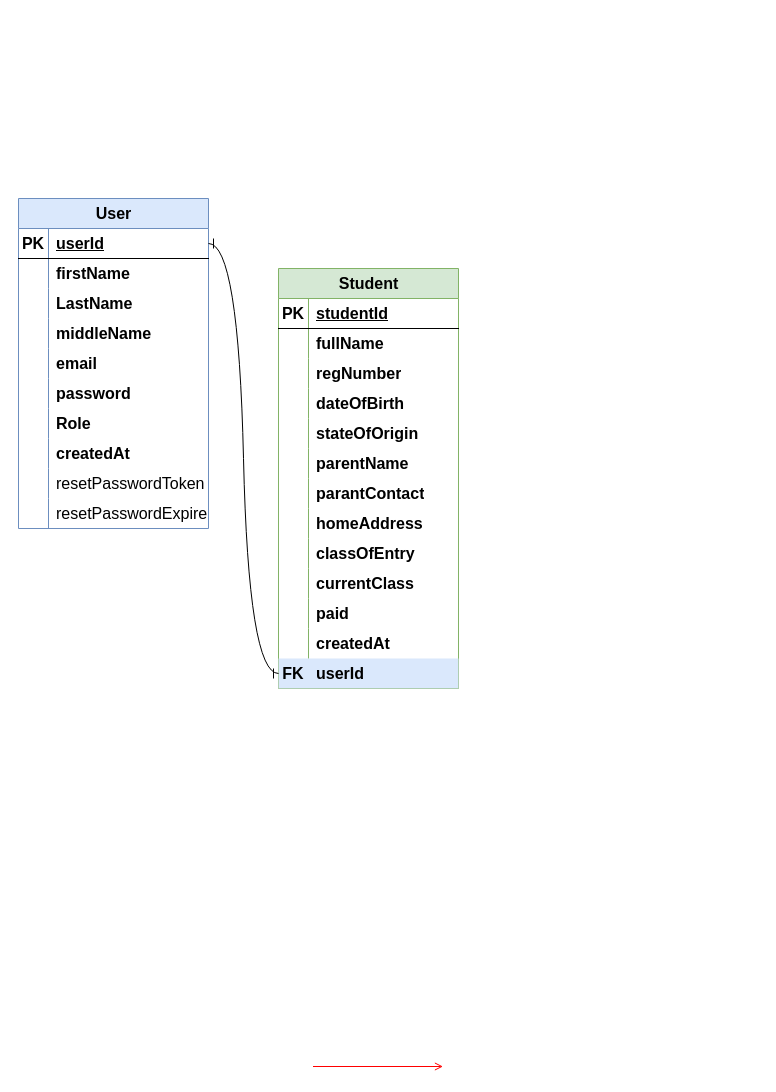
Before: Untitled Diagram.drawio in Agu-Bright/umldiagram, a draw.io diagram. Source tidied: cells renumbered, new cells numbered last; positions are measured from the earlier drawing's top-left corner, leaving out a move shared by most shapes. Both pictures are drawn from the tidied source at 100%, with x=0, y=0 at pixel (18, 198).
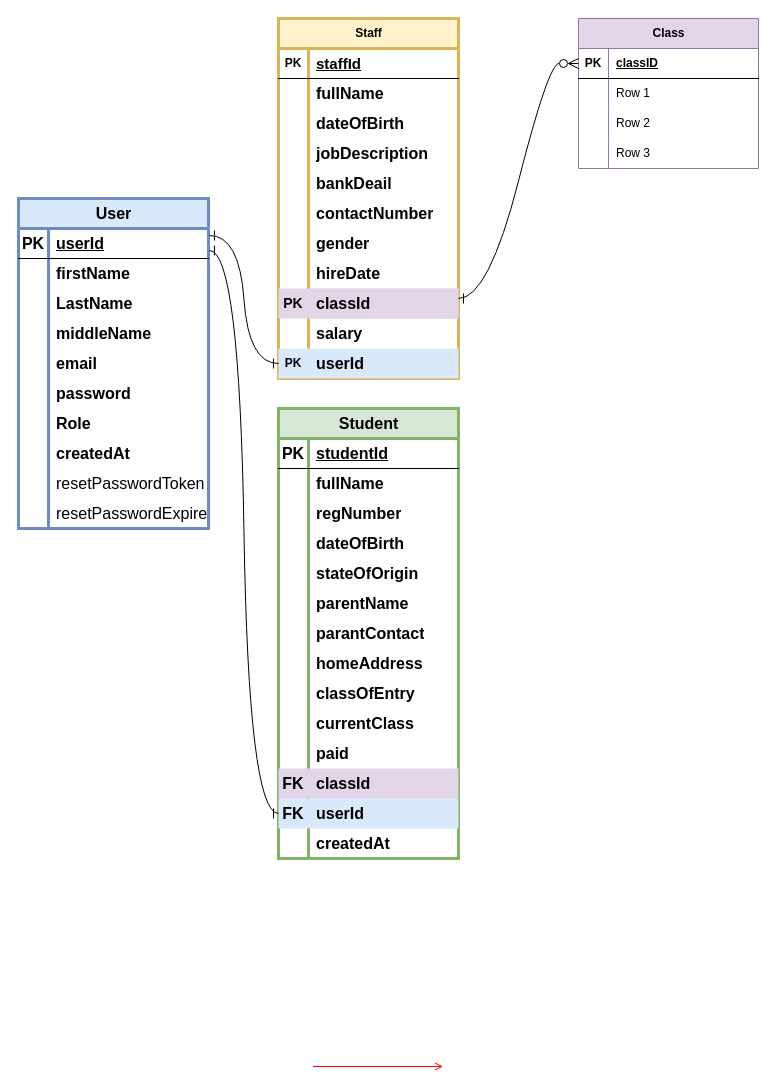
The same page after the edit.

The change refers to these unchanged cells:
```xml
<mxCell id="4" style="shape=tableRow;horizontal=0;startSize=0;swimlaneHead=0;swimlaneBody=0;fillColor=none;points=[[0,0.5],[1,0.5]];portConstraint=eastwest;top=0;left=0;right=0;bottom=1;fontSize=16;" parent="3" vertex="1">
  <mxGeometry y="30" width="190" height="30" as="geometry" />
</mxCell>
<mxCell id="7" style="shape=tableRow;horizontal=0;startSize=0;swimlaneHead=0;swimlaneBody=0;fillColor=none;top=0;left=0;right=0;bottom=0;fontSize=16;" parent="3" vertex="1">
  <mxGeometry y="60" width="190" height="30" as="geometry" />
</mxCell>
<mxCell id="71" style="shape=tableRow;horizontal=0;startSize=0;swimlaneHead=0;swimlaneBody=0;fillColor=#dae8fc;points=[[0,0.5],[1,0.5]];portConstraint=eastwest;top=0;left=0;right=0;bottom=0;fontSize=16;strokeColor=#6c8ebf;" parent="34" vertex="1">
  <mxGeometry y="390" width="180" height="30" as="geometry" />
</mxCell>
```

What changed in the source:
```diff
@@
-    <mxCell id="3" value="User" style="shape=table;startSize=30;childLayout=tableLayout;rowLines=0;fontStyle=1;align=center;html=1;fontSize=16;fillColor=#dae8fc;strokeColor=#6c8ebf;" parent="1" vertex="1">
+    <mxCell id="3" value="User" style="shape=table;startSize=30;childLayout=tableLayout;rowLines=0;fontStyle=1;align=center;html=1;fontSize=16;fillColor=#dae8fc;strokeColor=#6c8ebf;strokeWidth=3;" parent="1" vertex="1">
       <mxGeometry width="190" height="330" as="geometry" />
     </mxCell>
@@
-    <mxCell id="9" value="&lt;b&gt;firstName&lt;/b&gt;" style="shape=partialRectangle;fillColor=none;top=0;left=0;bottom=0;right=0;align=left;spacingLeft=6;overflow=hidden;whiteSpace=wrap;html=1;fontSize=16;" parent="7" vertex="1">
+    <mxCell id="9" value="&lt;b&gt;&lt;font style=&quot;font-size: 16px;&quot;&gt;firstName&lt;/font&gt;&lt;/b&gt;" style="shape=partialRectangle;fillColor=none;top=0;left=0;bottom=0;right=0;align=left;spacingLeft=6;overflow=hidden;whiteSpace=wrap;html=1;fontSize=16;" parent="7" vertex="1">
       <mxGeometry x="30" width="160" height="30" as="geometry" />
     </mxCell>
@@
-    <mxCell id="34" value="Student" style="shape=table;startSize=30;childLayout=tableLayout;rowLines=0;fontStyle=1;align=center;html=1;fontSize=16;fillColor=#d5e8d4;strokeColor=#82b366;" parent="1" vertex="1">
-      <mxGeometry x="260" y="70" width="180" height="420" as="geometry" />
+    <mxCell id="34" value="Student" style="shape=table;startSize=30;childLayout=tableLayout;rowLines=0;fontStyle=1;align=center;html=1;fontSize=16;fillColor=#d5e8d4;strokeColor=#82b366;strokeWidth=3;" parent="1" vertex="1">
+      <mxGeometry x="260" y="210" width="180" height="450" as="geometry" />
     </mxCell>
@@
-    <mxCell id="68" style="shape=tableRow;horizontal=0;startSize=0;swimlaneHead=0;swimlaneBody=0;fillColor=none;top=0;left=0;right=0;bottom=0;fontSize=16;" parent="34" vertex="1">
+    <mxCell id="68" style="shape=tableRow;horizontal=0;startSize=0;swimlaneHead=0;swimlaneBody=0;fillColor=#e1d5e7;top=0;left=0;right=0;bottom=0;fontSize=16;strokeColor=#9673a6;" parent="34" vertex="1">
       <mxGeometry y="360" width="180" height="30" as="geometry" />
     </mxCell>
-    <mxCell id="69" style="shape=partialRectangle;fillColor=none;top=0;left=0;bottom=0;right=0;overflow=hidden;whiteSpace=wrap;html=1;fontSize=16;" parent="68" vertex="1">
+    <mxCell id="69" value="&lt;b&gt;FK&lt;/b&gt;" style="shape=partialRectangle;fillColor=none;top=0;left=0;bottom=0;right=0;overflow=hidden;whiteSpace=wrap;html=1;fontSize=16;" parent="68" vertex="1">
       <mxGeometry width="30" height="30" as="geometry" />
     </mxCell>
-    <mxCell id="70" value="&lt;b&gt;createdAt&lt;/b&gt;" style="shape=partialRectangle;fillColor=none;top=0;left=0;bottom=0;right=0;align=left;spacingLeft=6;overflow=hidden;whiteSpace=wrap;html=1;fontSize=16;" parent="68" vertex="1">
+    <mxCell id="70" value="&lt;b&gt;classId&lt;/b&gt;" style="shape=partialRectangle;fillColor=none;top=0;left=0;bottom=0;right=0;align=left;spacingLeft=6;overflow=hidden;whiteSpace=wrap;html=1;fontSize=16;" parent="68" vertex="1">
       <mxGeometry x="30" width="150" height="30" as="geometry" />
     </mxCell>
@@
+    <mxCell id="75" style="shape=tableRow;horizontal=0;startSize=0;swimlaneHead=0;swimlaneBody=0;fillColor=none;top=0;left=0;right=0;bottom=0;fontSize=16;" parent="34" vertex="1">
+      <mxGeometry y="420" width="180" height="30" as="geometry" />
+    </mxCell>
+    <mxCell id="76" style="shape=partialRectangle;fillColor=none;top=0;left=0;bottom=0;right=0;overflow=hidden;whiteSpace=wrap;html=1;fontSize=16;" parent="75" vertex="1">
+      <mxGeometry width="30" height="30" as="geometry" />
+    </mxCell>
+    <mxCell id="77" value="&lt;b&gt;createdAt&lt;/b&gt;" style="shape=partialRectangle;fillColor=none;top=0;left=0;bottom=0;right=0;align=left;spacingLeft=6;overflow=hidden;whiteSpace=wrap;html=1;fontSize=16;" parent="75" vertex="1">
+      <mxGeometry x="30" width="150" height="30" as="geometry" />
+    </mxCell>
-    <mxCell id="74" style="edgeStyle=entityRelationEdgeStyle;fontSize=12;html=1;endArrow=ERone;endFill=0;rounded=0;startSize=8;endSize=8;curved=1;startArrow=ERone;startFill=0;entryX=1;entryY=0.5;entryDx=0;entryDy=0;" parent="1" edge="1" source="71" target="4">
+    <mxCell id="74" style="edgeStyle=entityRelationEdgeStyle;fontSize=12;html=1;endArrow=ERone;endFill=0;rounded=0;startSize=8;endSize=8;curved=1;startArrow=ERone;startFill=0;entryX=1.005;entryY=0.733;entryDx=0;entryDy=0;entryPerimeter=0;" parent="1" edge="1" source="71" target="4">
       <mxGeometry relative="1" as="geometry" />
     </mxCell>
+    <mxCell id="78" value="Staff" style="shape=table;startSize=30;childLayout=tableLayout;rowLines=0;fontStyle=1;align=center;html=1;fillColor=#fff2cc;strokeColor=#d6b656;strokeWidth=3;" parent="1" vertex="1">
+      <mxGeometry x="260" y="-180" width="180" height="360" as="geometry" />
+    </mxCell>
+    <mxCell id="79" style="shape=tableRow;horizontal=0;startSize=0;swimlaneHead=0;swimlaneBody=0;fillColor=none;top=0;left=0;right=0;bottom=1;" parent="78" vertex="1">
+      <mxGeometry y="30" width="180" height="30" as="geometry" />
+    </mxCell>
+    <mxCell id="80" value="PK" style="shape=partialRectangle;fillColor=none;top=0;left=0;bottom=0;right=0;fontStyle=1;overflow=hidden;whiteSpace=wrap;html=1;" parent="79" vertex="1">
+      <mxGeometry width="30" height="30" as="geometry" />
+    </mxCell>
+    <mxCell id="81" value="&lt;font style=&quot;font-size: 15px;&quot;&gt;staffId&lt;/font&gt;" style="shape=partialRectangle;fillColor=none;top=0;left=0;bottom=0;right=0;align=left;spacingLeft=6;fontStyle=5;overflow=hidden;whiteSpace=wrap;html=1;" parent="79" vertex="1">
+      <mxGeometry x="30" width="150" height="30" as="geometry" />
+    </mxCell>
+    <mxCell id="82" style="shape=tableRow;horizontal=0;startSize=0;swimlaneHead=0;swimlaneBody=0;fillColor=none;top=0;left=0;right=0;bottom=0;" parent="78" vertex="1">
+      <mxGeometry y="60" width="180" height="30" as="geometry" />
+    </mxCell>
+    <mxCell id="83" style="shape=partialRectangle;fillColor=none;top=0;left=0;bottom=0;right=0;overflow=hidden;whiteSpace=wrap;html=1;" parent="82" vertex="1">
+      <mxGeometry width="30" height="30" as="geometry" />
+    </mxCell>
+    <mxCell id="84" value="&lt;b&gt;&lt;font style=&quot;font-size: 16px;&quot;&gt;fullName&lt;/font&gt;&lt;/b&gt;" style="shape=partialRectangle;fillColor=none;top=0;left=0;bottom=0;right=0;align=left;spacingLeft=6;overflow=hidden;whiteSpace=wrap;html=1;" parent="82" vertex="1">
+      <mxGeometry x="30" width="150" height="30" as="geometry" />
+    </mxCell>
+    <mxCell id="85" style="shape=tableRow;horizontal=0;startSize=0;swimlaneHead=0;swimlaneBody=0;fillColor=none;top=0;left=0;right=0;bottom=0;" parent="78" vertex="1">
+      <mxGeometry y="90" width="180" height="30" as="geometry" />
+    </mxCell>
+    <mxCell id="86" style="shape=partialRectangle;fillColor=none;top=0;left=0;bottom=0;right=0;overflow=hidden;whiteSpace=wrap;html=1;" parent="85" vertex="1">
+      <mxGeometry width="30" height="30" as="geometry" />
+    </mxCell>
+    <mxCell id="87" value="&lt;b&gt;&lt;font style=&quot;font-size: 16px;&quot;&gt;dateOfBirth&lt;/font&gt;&lt;/b&gt;" style="shape=partialRectangle;fillColor=none;top=0;left=0;bottom=0;right=0;align=left;spacingLeft=6;overflow=hidden;whiteSpace=wrap;html=1;" parent="85" vertex="1">
+      <mxGeometry x="30" width="150" height="30" as="geometry" />
+    </mxCell>
+    <mxCell id="88" style="shape=tableRow;horizontal=0;startSize=0;swimlaneHead=0;swimlaneBody=0;fillColor=none;top=0;left=0;right=0;bottom=0;" parent="78" vertex="1">
+      <mxGeometry y="120" width="180" height="30" as="geometry" />
+    </mxCell>
+    <mxCell id="89" style="shape=partialRectangle;fillColor=none;top=0;left=0;bottom=0;right=0;overflow=hidden;whiteSpace=wrap;html=1;" parent="88" vertex="1">
+      <mxGeometry width="30" height="30" as="geometry" />
+    </mxCell>
+    <mxCell id="90" value="&lt;b&gt;&lt;font style=&quot;font-size: 16px;&quot;&gt;jobDescription&lt;/font&gt;&lt;/b&gt;" style="shape=partialRectangle;fillColor=none;top=0;left=0;bottom=0;right=0;align=left;spacingLeft=6;overflow=hidden;whiteSpace=wrap;html=1;" parent="88" vertex="1">
+      <mxGeometry x="30" width="150" height="30" as="geometry" />
+    </mxCell>
+    <mxCell id="91" style="shape=tableRow;horizontal=0;startSize=0;swimlaneHead=0;swimlaneBody=0;fillColor=none;top=0;left=0;right=0;bottom=0;" parent="78" vertex="1">
+      <mxGeometry y="150" width="180" height="30" as="geometry" />
+    </mxCell>
+    <mxCell id="92" style="shape=partialRectangle;fillColor=none;top=0;left=0;bottom=0;right=0;overflow=hidden;whiteSpace=wrap;html=1;" parent="91" vertex="1">
+      <mxGeometry width="30" height="30" as="geometry" />
+    </mxCell>
+    <mxCell id="93" value="&lt;b&gt;&lt;font style=&quot;font-size: 16px;&quot;&gt;bankDeail&lt;/font&gt;&lt;/b&gt;" style="shape=partialRectangle;fillColor=none;top=0;left=0;bottom=0;right=0;align=left;spacingLeft=6;overflow=hidden;whiteSpace=wrap;html=1;" parent="91" vertex="1">
+      <mxGeometry x="30" width="150" height="30" as="geometry" />
+    </mxCell>
+    <mxCell id="94" style="shape=tableRow;horizontal=0;startSize=0;swimlaneHead=0;swimlaneBody=0;fillColor=none;top=0;left=0;right=0;bottom=0;" parent="78" vertex="1">
+      <mxGeometry y="180" width="180" height="30" as="geometry" />
+    </mxCell>
+    <mxCell id="95" style="shape=partialRectangle;fillColor=none;top=0;left=0;bottom=0;right=0;overflow=hidden;whiteSpace=wrap;html=1;" parent="94" vertex="1">
+      <mxGeometry width="30" height="30" as="geometry" />
+    </mxCell>
+    <mxCell id="96" value="&lt;b&gt;&lt;font style=&quot;font-size: 16px;&quot;&gt;contactNumber&lt;/font&gt;&lt;/b&gt;" style="shape=partialRectangle;fillColor=none;top=0;left=0;bottom=0;right=0;align=left;spacingLeft=6;overflow=hidden;whiteSpace=wrap;html=1;" parent="94" vertex="1">
+      <mxGeometry x="30" width="150" height="30" as="geometry" />
+    </mxCell>
+    <mxCell id="97" style="shape=tableRow;horizontal=0;startSize=0;swimlaneHead=0;swimlaneBody=0;fillColor=none;top=0;left=0;right=0;bottom=0;" parent="78" vertex="1">
+      <mxGeometry y="210" width="180" height="30" as="geometry" />
+    </mxCell>
+    <mxCell id="98" style="shape=partialRectangle;fillColor=none;top=0;left=0;bottom=0;right=0;overflow=hidden;whiteSpace=wrap;html=1;" parent="97" vertex="1">
+      <mxGeometry width="30" height="30" as="geometry" />
+    </mxCell>
+    <mxCell id="99" value="&lt;b&gt;&lt;font style=&quot;font-size: 16px;&quot;&gt;gender&lt;/font&gt;&lt;/b&gt;" style="shape=partialRectangle;fillColor=none;top=0;left=0;bottom=0;right=0;align=left;spacingLeft=6;overflow=hidden;whiteSpace=wrap;html=1;" parent="97" vertex="1">
+      <mxGeometry x="30" width="150" height="30" as="geometry" />
+    </mxCell>
+    <mxCell id="100" style="shape=tableRow;horizontal=0;startSize=0;swimlaneHead=0;swimlaneBody=0;fillColor=none;top=0;left=0;right=0;bottom=0;" parent="78" vertex="1">
+      <mxGeometry y="240" width="180" height="30" as="geometry" />
+    </mxCell>
+    <mxCell id="101" style="shape=partialRectangle;fillColor=none;top=0;left=0;bottom=0;right=0;overflow=hidden;whiteSpace=wrap;html=1;" parent="100" vertex="1">
+      <mxGeometry width="30" height="30" as="geometry" />
+    </mxCell>
+    <mxCell id="102" value="&lt;b&gt;&lt;font style=&quot;font-size: 16px;&quot;&gt;hireDate&lt;/font&gt;&lt;/b&gt;" style="shape=partialRectangle;fillColor=none;top=0;left=0;bottom=0;right=0;align=left;spacingLeft=6;overflow=hidden;whiteSpace=wrap;html=1;" parent="100" vertex="1">
+      <mxGeometry x="30" width="150" height="30" as="geometry" />
+    </mxCell>
+    <mxCell id="103" style="shape=tableRow;horizontal=0;startSize=0;swimlaneHead=0;swimlaneBody=0;fillColor=#e1d5e7;top=0;left=0;right=0;bottom=0;strokeColor=#9673a6;" parent="78" vertex="1">
+      <mxGeometry y="270" width="180" height="30" as="geometry" />
+    </mxCell>
+    <mxCell id="104" value="&lt;b&gt;&lt;font style=&quot;font-size: 14px;&quot;&gt;PK&lt;/font&gt;&lt;/b&gt;" style="shape=partialRectangle;fillColor=none;top=0;left=0;bottom=0;right=0;overflow=hidden;whiteSpace=wrap;html=1;" parent="103" vertex="1">
+      <mxGeometry width="30" height="30" as="geometry" />
+    </mxCell>
+    <mxCell id="105" value="&lt;b&gt;&lt;font style=&quot;font-size: 16px;&quot;&gt;classId&lt;/font&gt;&lt;/b&gt;" style="shape=partialRectangle;fillColor=#e1d5e7;top=0;left=0;bottom=0;right=0;align=left;spacingLeft=6;overflow=hidden;whiteSpace=wrap;html=1;strokeColor=#9673a6;" parent="103" vertex="1">
+      <mxGeometry x="30" width="150" height="30" as="geometry" />
+    </mxCell>
+    <mxCell id="106" style="shape=tableRow;horizontal=0;startSize=0;swimlaneHead=0;swimlaneBody=0;fillColor=none;top=0;left=0;right=0;bottom=0;" parent="78" vertex="1">
+      <mxGeometry y="300" width="180" height="30" as="geometry" />
+    </mxCell>
+    <mxCell id="107" style="shape=partialRectangle;fillColor=none;top=0;left=0;bottom=0;right=0;overflow=hidden;whiteSpace=wrap;html=1;" parent="106" vertex="1">
+      <mxGeometry width="30" height="30" as="geometry" />
+    </mxCell>
+    <mxCell id="108" value="&lt;b&gt;&lt;font style=&quot;font-size: 16px;&quot;&gt;salary&lt;/font&gt;&lt;/b&gt;" style="shape=partialRectangle;fillColor=none;top=0;left=0;bottom=0;right=0;align=left;spacingLeft=6;overflow=hidden;whiteSpace=wrap;html=1;" parent="106" vertex="1">
+      <mxGeometry x="30" width="150" height="30" as="geometry" />
+    </mxCell>
+    <mxCell id="109" style="shape=tableRow;horizontal=0;startSize=0;swimlaneHead=0;swimlaneBody=0;fillColor=#dae8fc;points=[[0,0.5],[1,0.5]];portConstraint=eastwest;top=0;left=0;right=0;bottom=0;strokeColor=#6c8ebf;" parent="78" vertex="1">
+      <mxGeometry y="330" width="180" height="30" as="geometry" />
+    </mxCell>
+    <mxCell id="110" value="&lt;b&gt;PK&lt;/b&gt;" style="shape=partialRectangle;fillColor=none;top=0;left=0;bottom=0;right=0;overflow=hidden;whiteSpace=wrap;html=1;" parent="109" vertex="1">
+      <mxGeometry width="30" height="30" as="geometry" />
+    </mxCell>
+    <mxCell id="111" value="&lt;b&gt;&lt;font style=&quot;font-size: 16px;&quot;&gt;userId&lt;/font&gt;&lt;/b&gt;" style="shape=partialRectangle;fillColor=none;top=0;left=0;bottom=0;right=0;align=left;spacingLeft=6;overflow=hidden;whiteSpace=wrap;html=1;" parent="109" vertex="1">
+      <mxGeometry x="30" width="150" height="30" as="geometry" />
+    </mxCell>
+    <mxCell id="112" style="edgeStyle=entityRelationEdgeStyle;fontSize=12;html=1;endArrow=ERone;endFill=0;rounded=0;startSize=8;endSize=8;curved=1;startArrow=ERone;startFill=0;exitX=1.005;exitY=0.233;exitDx=0;exitDy=0;exitPerimeter=0;" parent="1" edge="1" source="4" target="109">
+      <mxGeometry relative="1" as="geometry" />
+    </mxCell>
+    <mxCell id="113" value="Class" style="shape=table;startSize=30;childLayout=tableLayout;rowLines=0;fontStyle=1;align=center;html=1;fillColor=#e1d5e7;strokeColor=#9673a6;" parent="1" vertex="1">
+      <mxGeometry x="560" y="-180" width="180" height="150" as="geometry" />
+    </mxCell>
+    <mxCell id="114" style="shape=tableRow;horizontal=0;startSize=0;swimlaneHead=0;swimlaneBody=0;fillColor=none;points=[[0,0.5],[1,0.5]];portConstraint=eastwest;top=0;left=0;right=0;bottom=1;" parent="113" vertex="1">
+      <mxGeometry y="30" width="180" height="30" as="geometry" />
+    </mxCell>
+    <mxCell id="115" value="PK" style="shape=partialRectangle;fillColor=none;top=0;left=0;bottom=0;right=0;fontStyle=1;overflow=hidden;whiteSpace=wrap;html=1;" parent="114" vertex="1">
+      <mxGeometry width="30" height="30" as="geometry" />
+    </mxCell>
+    <mxCell id="116" value="classID" style="shape=partialRectangle;fillColor=none;top=0;left=0;bottom=0;right=0;align=left;spacingLeft=6;fontStyle=5;overflow=hidden;whiteSpace=wrap;html=1;" parent="114" vertex="1">
+      <mxGeometry x="30" width="150" height="30" as="geometry" />
+    </mxCell>
+    <mxCell id="117" style="shape=tableRow;horizontal=0;startSize=0;swimlaneHead=0;swimlaneBody=0;fillColor=none;top=0;left=0;right=0;bottom=0;" parent="113" vertex="1">
+      <mxGeometry y="60" width="180" height="30" as="geometry" />
+    </mxCell>
+    <mxCell id="118" style="shape=partialRectangle;fillColor=none;top=0;left=0;bottom=0;right=0;overflow=hidden;whiteSpace=wrap;html=1;" parent="117" vertex="1">
+      <mxGeometry width="30" height="30" as="geometry" />
+    </mxCell>
+    <mxCell id="119" value="Row 1" style="shape=partialRectangle;fillColor=none;top=0;left=0;bottom=0;right=0;align=left;spacingLeft=6;overflow=hidden;whiteSpace=wrap;html=1;" parent="117" vertex="1">
+      <mxGeometry x="30" width="150" height="30" as="geometry" />
+    </mxCell>
+    <mxCell id="120" style="shape=tableRow;horizontal=0;startSize=0;swimlaneHead=0;swimlaneBody=0;fillColor=none;top=0;left=0;right=0;bottom=0;" parent="113" vertex="1">
+      <mxGeometry y="90" width="180" height="30" as="geometry" />
+    </mxCell>
+    <mxCell id="121" style="shape=partialRectangle;fillColor=none;top=0;left=0;bottom=0;right=0;overflow=hidden;whiteSpace=wrap;html=1;" parent="120" vertex="1">
+      <mxGeometry width="30" height="30" as="geometry" />
+    </mxCell>
+    <mxCell id="122" value="Row 2" style="shape=partialRectangle;fillColor=none;top=0;left=0;bottom=0;right=0;align=left;spacingLeft=6;overflow=hidden;whiteSpace=wrap;html=1;" parent="120" vertex="1">
+      <mxGeometry x="30" width="150" height="30" as="geometry" />
+    </mxCell>
+    <mxCell id="123" style="shape=tableRow;horizontal=0;startSize=0;swimlaneHead=0;swimlaneBody=0;fillColor=none;top=0;left=0;right=0;bottom=0;" parent="113" vertex="1">
+      <mxGeometry y="120" width="180" height="30" as="geometry" />
+    </mxCell>
+    <mxCell id="124" style="shape=partialRectangle;fillColor=none;top=0;left=0;bottom=0;right=0;overflow=hidden;whiteSpace=wrap;html=1;" parent="123" vertex="1">
+      <mxGeometry width="30" height="30" as="geometry" />
+    </mxCell>
+    <mxCell id="125" value="Row 3" style="shape=partialRectangle;fillColor=none;top=0;left=0;bottom=0;right=0;align=left;spacingLeft=6;overflow=hidden;whiteSpace=wrap;html=1;" parent="123" vertex="1">
+      <mxGeometry x="30" width="150" height="30" as="geometry" />
+    </mxCell>
+    <mxCell id="126" style="edgeStyle=entityRelationEdgeStyle;fontSize=12;html=1;endArrow=ERzeroToMany;endFill=0;rounded=0;startSize=8;endSize=8;curved=1;startArrow=ERone;startFill=0;entryX=0;entryY=0.5;entryDx=0;entryDy=0;" parent="1" edge="1" target="114">
+      <mxGeometry relative="1" as="geometry">
+        <mxPoint x="440" y="100" as="sourcePoint" />
+      </mxGeometry>
+    </mxCell>
```
